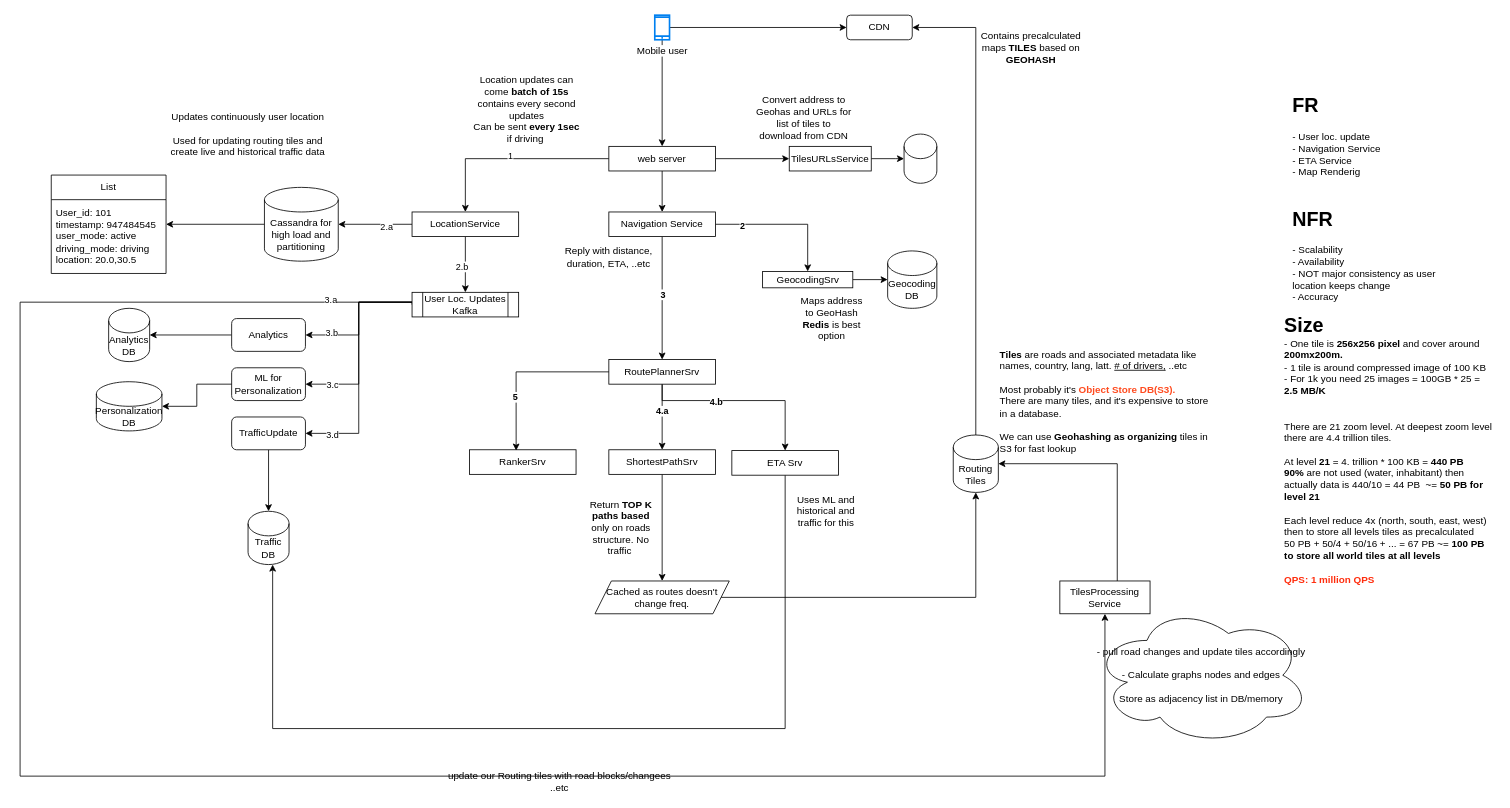
Earlier version of the draw.io diagram V2.3 GoogleMaps.drawio (aismail2008/systemdesign). Source tidied: cells renumbered, new cells numbered last; positions are measured from the earlier drawing's top-left corner, leaving out a move shared by most shapes. Both pictures are drawn from the tidied source at 82%, with x=0, y=0 at pixel (20, 15).
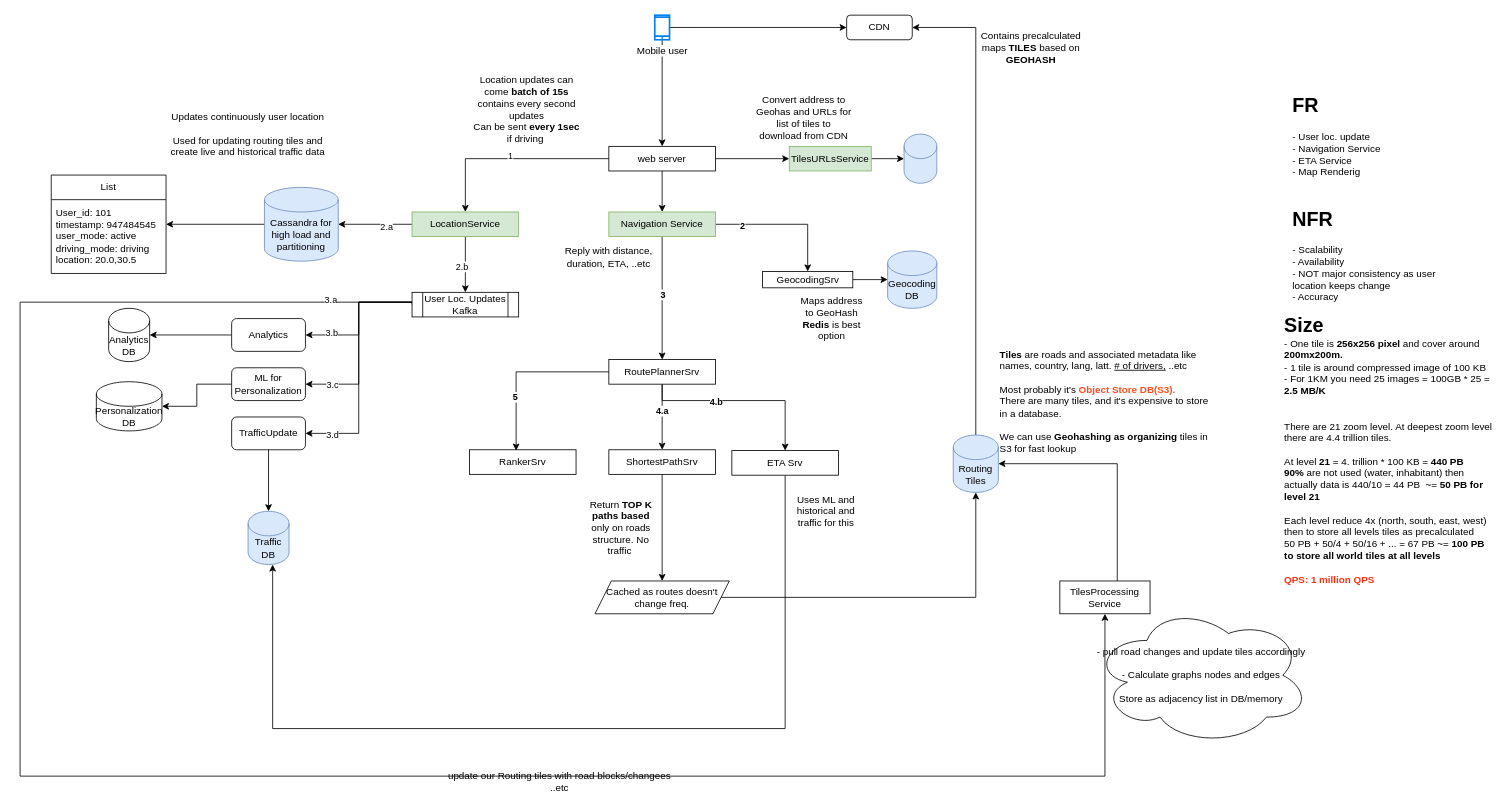
The same page after the edit.

The edit, as a diff of the source:
```diff
@@
-    <mxCell id="16" value="LocationService" style="rounded=0;whiteSpace=wrap;html=1;" parent="1" vertex="1">
+    <mxCell id="16" value="LocationService" style="rounded=0;whiteSpace=wrap;html=1;fillColor=#d5e8d4;strokeColor=#82b366;" parent="1" vertex="1">
       <mxGeometry x="478" y="240" width="130" height="30" as="geometry" />
     </mxCell>
@@
-    <mxCell id="18" value="Cassandra for high load and partitioning" style="shape=cylinder3;whiteSpace=wrap;html=1;boundedLbl=1;backgroundOutline=1;size=15;" parent="1" vertex="1">
+    <mxCell id="18" value="Cassandra for high load and partitioning" style="shape=cylinder3;whiteSpace=wrap;html=1;boundedLbl=1;backgroundOutline=1;size=15;fillColor=#dae8fc;strokeColor=#6c8ebf;" parent="1" vertex="1">
       <mxGeometry x="298" y="210" width="90" height="90" as="geometry" />
     </mxCell>
@@
-    <mxCell id="24" value="Navigation Service" style="rounded=0;whiteSpace=wrap;html=1;" parent="1" vertex="1">
+    <mxCell id="24" value="Navigation Service" style="rounded=0;whiteSpace=wrap;html=1;fillColor=#d5e8d4;strokeColor=#82b366;" parent="1" vertex="1">
       <mxGeometry x="718" y="240" width="130" height="30" as="geometry" />
     </mxCell>
@@
-    <mxCell id="26" value="Routing Tiles" style="shape=cylinder3;whiteSpace=wrap;html=1;boundedLbl=1;backgroundOutline=1;size=15;" parent="1" vertex="1">
+    <mxCell id="26" value="Routing Tiles" style="shape=cylinder3;whiteSpace=wrap;html=1;boundedLbl=1;backgroundOutline=1;size=15;fillColor=#dae8fc;strokeColor=#6c8ebf;" parent="1" vertex="1">
       <mxGeometry x="1138" y="512" width="55" height="70" as="geometry" />
     </mxCell>
@@
-    <mxCell id="28" value="&lt;b&gt;&lt;font style=&quot;font-size: 24px;&quot;&gt;Size&lt;/font&gt;&lt;br&gt;&lt;/b&gt;- One tile is &lt;b&gt;256x256 pixel&lt;/b&gt; and cover around &lt;b&gt;200mx200m.&lt;/b&gt;&lt;br&gt;- 1 tile is around compressed image of 100 KB&lt;br&gt;-&amp;nbsp;For 1k you need 25 images = 100GB * 25 = &lt;b&gt;2.5 MB/K&lt;/b&gt;&lt;br&gt;&lt;br&gt;&lt;br&gt;There are 21 zoom level. At deepest zoom level there are 4.4 trillion tiles.&lt;br&gt;&lt;br&gt;At level &lt;b&gt;21 &lt;/b&gt;= 4. trillion * 100 KB = &lt;b&gt;440 PB&lt;/b&gt;&lt;br&gt;&lt;b&gt;90% &lt;/b&gt;are not used (water, inhabitant) then actually data is 440/10 = 44 PB&amp;nbsp; ~=&lt;b&gt; 50 PB for level 21&lt;/b&gt;&lt;br&gt;&lt;br&gt;Each level reduce 4x (north, south, east, west) then to store all levels tiles as precalculated&amp;nbsp;&lt;br&gt;50 PB + 50/4 + 50/16 + ... = 67 PB ~= &lt;b&gt;100 PB to store all world tiles at all levels&lt;/b&gt;&lt;br&gt;&lt;br&gt;&lt;font style=&quot;&quot; color=&quot;#ff2d0d&quot;&gt;&lt;b&gt;QPS: 1 million QPS&lt;/b&gt;&lt;/font&gt;" style="text;html=1;align=left;verticalAlign=middle;whiteSpace=wrap;rounded=0;" parent="1" vertex="1">
+    <mxCell id="28" value="&lt;b&gt;&lt;font style=&quot;font-size: 24px;&quot;&gt;Size&lt;/font&gt;&lt;br&gt;&lt;/b&gt;- One tile is &lt;b&gt;256x256 pixel&lt;/b&gt; and cover around &lt;b&gt;200mx200m.&lt;/b&gt;&lt;br&gt;- 1 tile is around compressed image of 100 KB&lt;br&gt;-&amp;nbsp;For 1KM you need 25 images = 100GB * 25 = &lt;b&gt;2.5 MB/K&lt;/b&gt;&lt;br&gt;&lt;br&gt;&lt;br&gt;There are 21 zoom level. At deepest zoom level there are 4.4 trillion tiles.&lt;br&gt;&lt;br&gt;At level &lt;b&gt;21 &lt;/b&gt;= 4. trillion * 100 KB = &lt;b&gt;440 PB&lt;/b&gt;&lt;br&gt;&lt;b&gt;90% &lt;/b&gt;are not used (water, inhabitant) then actually data is 440/10 = 44 PB&amp;nbsp; ~=&lt;b&gt; 50 PB for level 21&lt;/b&gt;&lt;br&gt;&lt;br&gt;Each level reduce 4x (north, south, east, west) then to store all levels tiles as precalculated&amp;nbsp;&lt;br&gt;50 PB + 50/4 + 50/16 + ... = 67 PB ~= &lt;b&gt;100 PB to store all world tiles at all levels&lt;/b&gt;&lt;br&gt;&lt;br&gt;&lt;font color=&quot;#ff2d0d&quot;&gt;&lt;b&gt;QPS: 1 million QPS&lt;/b&gt;&lt;/font&gt;" style="text;html=1;align=left;verticalAlign=middle;whiteSpace=wrap;rounded=0;" parent="1" vertex="1">
       <mxGeometry x="1540" y="390" width="260" height="280" as="geometry" />
     </mxCell>
@@
-    <mxCell id="33" value="TilesURLsService" style="rounded=0;whiteSpace=wrap;html=1;" parent="1" vertex="1">
+    <mxCell id="33" value="TilesURLsService" style="rounded=0;whiteSpace=wrap;html=1;fillColor=#d5e8d4;strokeColor=#82b366;" parent="1" vertex="1">
       <mxGeometry x="938" y="160" width="100" height="30" as="geometry" />
     </mxCell>
@@
-    <mxCell id="53" value="Traffic DB" style="shape=cylinder3;whiteSpace=wrap;html=1;boundedLbl=1;backgroundOutline=1;size=15;" parent="1" vertex="1">
+    <mxCell id="53" value="Traffic DB" style="shape=cylinder3;whiteSpace=wrap;html=1;boundedLbl=1;backgroundOutline=1;size=15;fillColor=#dae8fc;strokeColor=#6c8ebf;" parent="1" vertex="1">
       <mxGeometry x="278" y="605" width="50" height="65" as="geometry" />
     </mxCell>
@@
-    <mxCell id="57" style="shape=cylinder3;whiteSpace=wrap;html=1;boundedLbl=1;backgroundOutline=1;size=15;" parent="1" vertex="1">
+    <mxCell id="57" style="shape=cylinder3;whiteSpace=wrap;html=1;boundedLbl=1;backgroundOutline=1;size=15;fillColor=#dae8fc;strokeColor=#6c8ebf;" parent="1" vertex="1">
       <mxGeometry x="1078" y="145" width="40" height="60" as="geometry" />
     </mxCell>
-    <mxCell id="58" value="Geocoding DB" style="shape=cylinder3;whiteSpace=wrap;html=1;boundedLbl=1;backgroundOutline=1;size=15;" parent="1" vertex="1">
+    <mxCell id="58" value="Geocoding DB" style="shape=cylinder3;whiteSpace=wrap;html=1;boundedLbl=1;backgroundOutline=1;size=15;fillColor=#dae8fc;strokeColor=#6c8ebf;" parent="1" vertex="1">
       <mxGeometry x="1058" y="287.5" width="60" height="70" as="geometry" />
     </mxCell>
```
